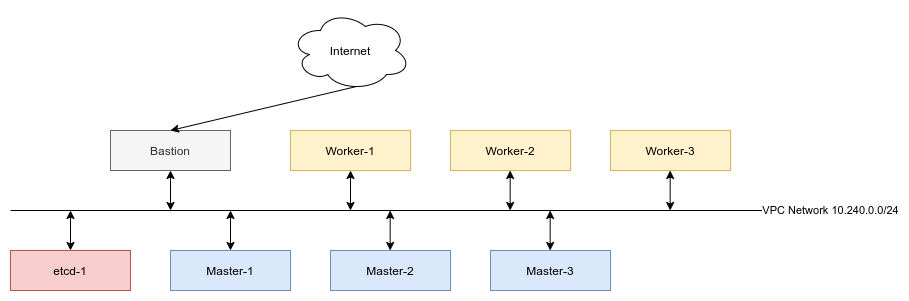
Earlier version of the draw.io export images/cluster-component.png (haminhcong/kubeadm-experimental). Source tidied: cells renumbered, new cells last; positions are measured from the earlier drawing's top-left corner, leaving out a move shared by most shapes.
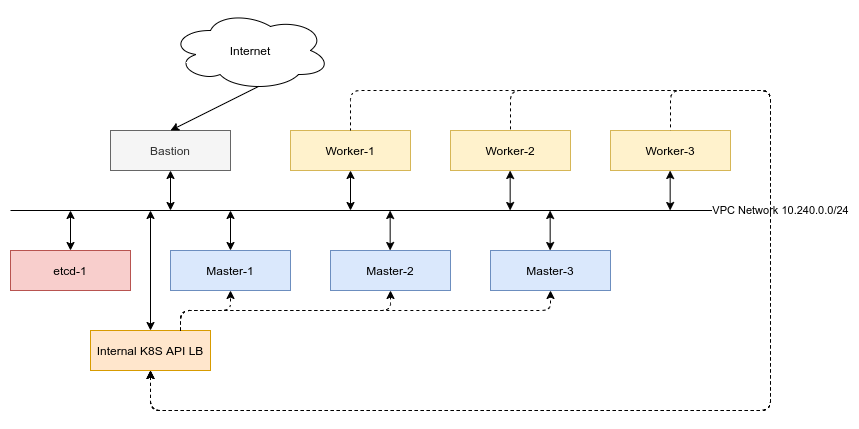
Above is the later version.

Commit message:
update cluster component image

The edit, as a diff of the source:
```diff
@@ -8,7 +8,7 @@
     <mxCell id="3" value="VPC Network 10.240.0.0/24" style="endArrow=none;html=1;align=center;" parent="1" edge="1">
       <mxGeometry x="1" relative="1" as="geometry">
         <mxPoint y="200" as="sourcePoint" />
-        <mxPoint x="820" y="200" as="targetPoint" />
+        <mxPoint x="770" y="200" as="targetPoint" />
       </mxGeometry>
     </mxCell>
     <mxCell id="4" style="endArrow=classic;startArrow=classic;html=1;entryX=0.5;entryY=1;entryDx=0;entryDy=0;" parent="1" edge="1" target="2">
@@ -20,7 +20,7 @@
       <mxGeometry x="160" y="240" width="120" height="40" as="geometry" />
     </mxCell>
     <mxCell id="6" value="Internet" style="ellipse;shape=cloud;whiteSpace=wrap;html=1;" parent="1" vertex="1">
-      <mxGeometry x="280" width="120" height="80" as="geometry" />
+      <mxGeometry x="160" width="160" height="80" as="geometry" />
     </mxCell>
     <mxCell id="7" style="endArrow=classic;html=1;entryX=0.5;entryY=0;entryDx=0;entryDy=0;exitX=0.55;exitY=0.95;exitDx=0;exitDy=0;exitPerimeter=0;" parent="1" edge="1" source="6" target="2">
       <mxGeometry relative="1" as="geometry" />
@@ -82,5 +82,67 @@
         <mxPoint x="539.7" y="200" as="targetPoint" />
       </mxGeometry>
     </mxCell>
+    <mxCell id="21" value="Internal K8S API LB" style="rounded=0;whiteSpace=wrap;html=1;fillColor=#ffe6cc;strokeColor=#d79b00;" parent="1" vertex="1">
+      <mxGeometry x="80" y="320" width="120" height="40" as="geometry" />
+    </mxCell>
+    <mxCell id="22" style="endArrow=classic;startArrow=classic;html=1;exitX=0.5;exitY=0;exitDx=0;exitDy=0;" parent="1" edge="1" source="21">
+      <mxGeometry relative="1" as="geometry">
+        <mxPoint x="140" y="200" as="targetPoint" />
+      </mxGeometry>
+    </mxCell>
+    <mxCell id="23" style="endArrow=classic;startArrow=none;html=1;entryX=0.5;entryY=1;entryDx=0;entryDy=0;exitX=0.75;exitY=0;exitDx=0;exitDy=0;startFill=0;dashed=1;" parent="1" edge="1" source="21" target="9">
+      <mxGeometry relative="1" as="geometry">
+        <Array as="points">
+          <mxPoint x="170" y="300" />
+          <mxPoint x="380" y="300" />
+        </Array>
+      </mxGeometry>
+    </mxCell>
+    <mxCell id="24" style="endArrow=classic;startArrow=none;html=1;entryX=0.5;entryY=1;entryDx=0;entryDy=0;exitX=0.75;exitY=0;exitDx=0;exitDy=0;startFill=0;dashed=1;" parent="1" edge="1" source="21" target="10">
+      <mxGeometry relative="1" as="geometry">
+        <Array as="points">
+          <mxPoint x="170" y="300" />
+          <mxPoint x="540" y="300" />
+        </Array>
+      </mxGeometry>
+    </mxCell>
+    <mxCell id="25" style="endArrow=classic;startArrow=none;html=1;entryX=0.5;entryY=1;entryDx=0;entryDy=0;exitX=0.75;exitY=0;exitDx=0;exitDy=0;startFill=0;dashed=1;" parent="1" edge="1" source="21" target="5">
+      <mxGeometry relative="1" as="geometry">
+        <Array as="points">
+          <mxPoint x="170" y="300" />
+          <mxPoint x="220" y="300" />
+        </Array>
+      </mxGeometry>
+    </mxCell>
+    <mxCell id="26" style="endArrow=none;startArrow=classic;html=1;entryX=0.5;entryY=0;entryDx=0;entryDy=0;exitX=0.5;exitY=1;exitDx=0;exitDy=0;endFill=0;dashed=1;" parent="1" edge="1" source="21" target="16">
+      <mxGeometry relative="1" as="geometry">
+        <Array as="points">
+          <mxPoint x="140" y="400" />
+          <mxPoint x="760" y="400" />
+          <mxPoint x="760" y="80" />
+          <mxPoint x="660" y="80" />
+        </Array>
+      </mxGeometry>
+    </mxCell>
+    <mxCell id="27" style="endArrow=none;startArrow=classic;html=1;entryX=0.5;entryY=0;entryDx=0;entryDy=0;exitX=0.5;exitY=1;exitDx=0;exitDy=0;endFill=0;dashed=1;" parent="1" edge="1" source="21" target="15">
+      <mxGeometry relative="1" as="geometry">
+        <Array as="points">
+          <mxPoint x="140" y="400" />
+          <mxPoint x="760" y="400" />
+          <mxPoint x="760" y="80" />
+          <mxPoint x="500" y="80" />
+        </Array>
+      </mxGeometry>
+    </mxCell>
+    <mxCell id="28" style="endArrow=none;startArrow=classic;html=1;entryX=0.5;entryY=0;entryDx=0;entryDy=0;exitX=0.5;exitY=1;exitDx=0;exitDy=0;endFill=0;dashed=1;" parent="1" edge="1" source="21" target="13">
+      <mxGeometry relative="1" as="geometry">
+        <Array as="points">
+          <mxPoint x="140" y="400" />
+          <mxPoint x="760" y="400" />
+          <mxPoint x="760" y="80" />
+          <mxPoint x="340" y="80" />
+        </Array>
+      </mxGeometry>
+    </mxCell>
   </root>
 </mxGraphModel>
```
